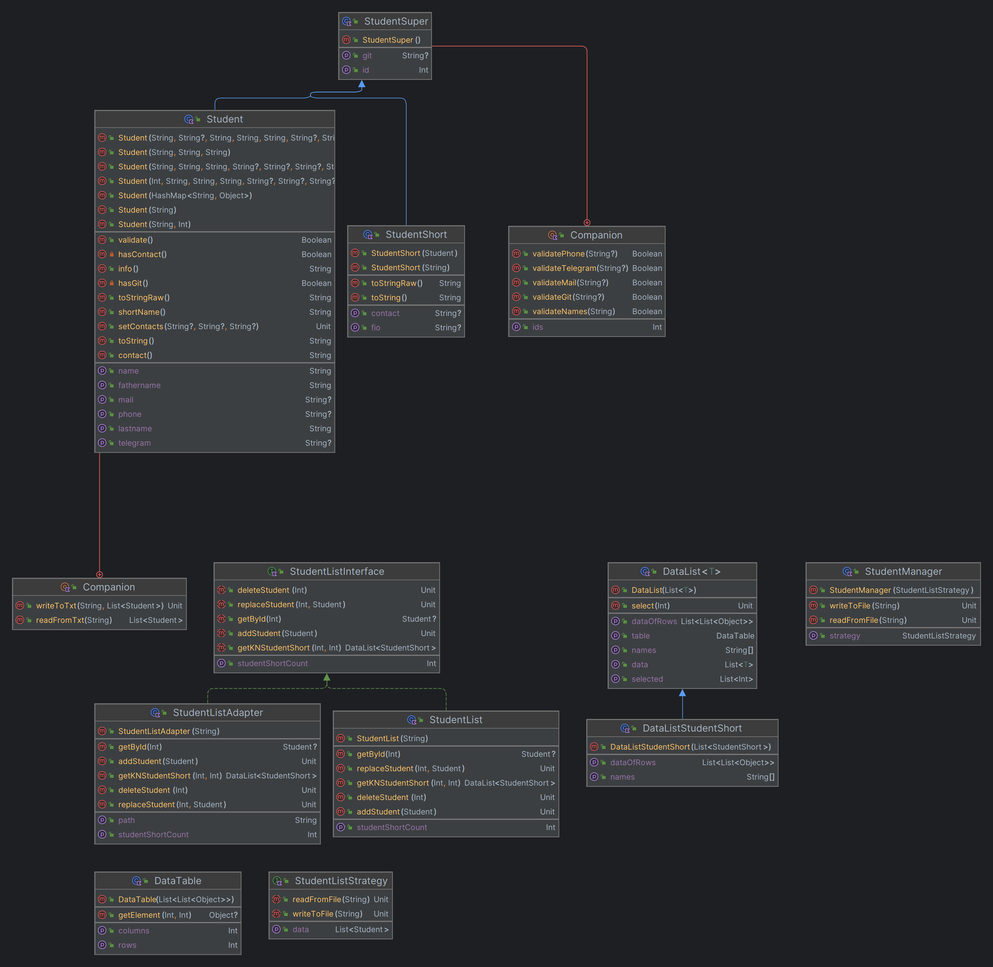
This is Lab_1/src/main/kotlin/Classes.png from MR14Titan14/Patterns, a PlantUML export, as it was before one commit. Its source is kept beside it as Lab_1/src/main/kotlin/Classes.plantuml.
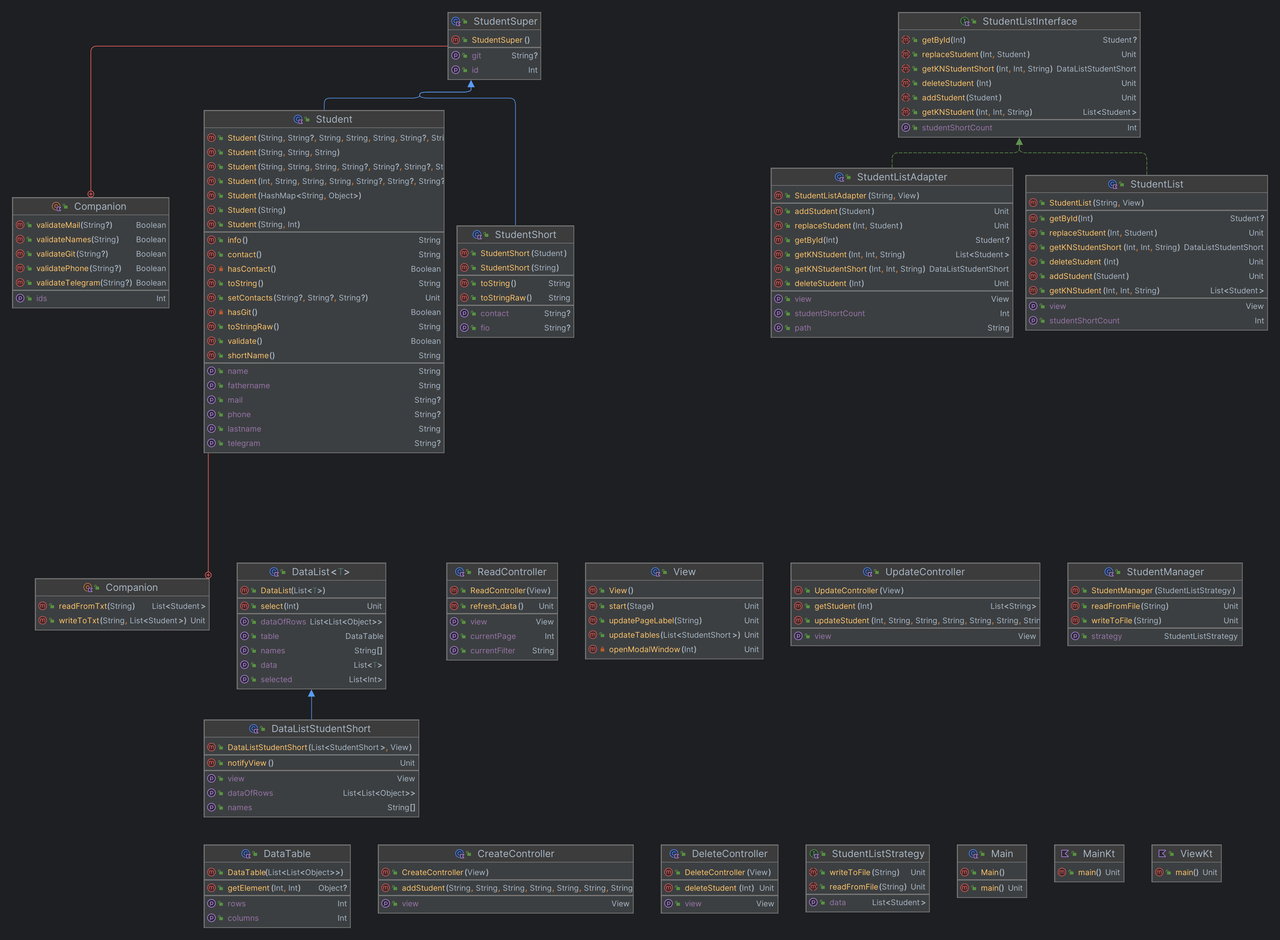
Above is the later version.

Change to the diagram source:
```diff
@@ -5,16 +5,21 @@
 skinparam linetype ortho
 
 class Companion {
+  + readFromTxt(String): List<Student>
+  + writeToTxt(String, List<Student>): Unit
+}
+class Companion {
+  + validateMail(String?): Boolean
+  + validateNames(String): Boolean
+  + validateGit(String?): Boolean
   + validatePhone(String?): Boolean
   + validateTelegram(String?): Boolean
-  + validateMail(String?): Boolean
-  + validateGit(String?): Boolean
-  + validateNames(String): Boolean
    ids: Int
 }
-class Companion {
-  + writeToTxt(String, List<Student>): Unit
-  + readFromTxt(String): List<Student>
+class CreateController {
+  + CreateController(View):
+  + addStudent(String, String, String, String, String, String, String): Unit
+   view: View
 }
 class DataList<T> {
   + DataList(List<T>):
@@ -26,15 +31,36 @@
    selected: List<Int>
 }
 class DataListStudentShort {
-  + DataListStudentShort(List<StudentShort>):
+  + DataListStudentShort(List<StudentShort>, View):
+  + notifyView(): Unit
+   view: View
    dataOfRows: List<List<Object>>
    names: String[]
 }
 class DataTable {
   + DataTable(List<List<Object>>):
   + getElement(Int, Int): Object?
+   rows: Int
    columns: Int
-   rows: Int
+}
+class DeleteController {
+  + DeleteController(View):
+  + deleteStudent(Int): Unit
+   view: View
+}
+class Main {
+  + Main():
+  + main(): Unit
+}
+class MainKt {
+  + main(): Unit
+}
+class ReadController {
+  + ReadController(View):
+  + refresh_data(): Unit
+   view: View
+   currentPage: Int
+   currentFilter: String
 }
 class Student {
   + Student(String, String?, String, String, String, String?, String?, String?):
@@ -44,15 +70,15 @@
   + Student(HashMap<String, Object>):
   + Student(String):
   + Student(String, Int):
-  + validate(): Boolean
+  + info(): String
+  + contact(): String
   - hasContact(): Boolean
-  + info(): String
+  + toString(): String
+  + setContacts(String?, String?, String?): Unit
   - hasGit(): Boolean
   + toStringRaw(): String
+  + validate(): Boolean
   + shortName(): String
-  + setContacts(String?, String?, String?): Unit
-  + toString(): String
-  + contact(): String
    name: String
    fathername: String
    mail: String?
@@ -61,48 +87,53 @@
    telegram: String?
 }
 class StudentList {
-  + StudentList(String):
+  + StudentList(String, View):
   + getById(Int): Student?
   + replaceStudent(Int, Student): Unit
-  + getKNStudentShort(Int, Int): DataList<StudentShort>
+  + getKNStudentShort(Int, Int, String): DataListStudentShort
   + deleteStudent(Int): Unit
   + addStudent(Student): Unit
+  + getKNStudent(Int, Int, String): List<Student>
+   view: View
    studentShortCount: Int
 }
 class StudentListAdapter {
-  + StudentListAdapter(String):
+  + StudentListAdapter(String, View):
+  + addStudent(Student): Unit
+  + replaceStudent(Int, Student): Unit
   + getById(Int): Student?
-  + addStudent(Student): Unit
-  + getKNStudentShort(Int, Int): DataList<StudentShort>
+  + getKNStudent(Int, Int, String): List<Student>
+  + getKNStudentShort(Int, Int, String): DataListStudentShort
   + deleteStudent(Int): Unit
-  + replaceStudent(Int, Student): Unit
+   view: View
+   studentShortCount: Int
    path: String
-   studentShortCount: Int
 }
 interface StudentListInterface << interface >> {
+  + getById(Int): Student?
+  + replaceStudent(Int, Student): Unit
+  + getKNStudentShort(Int, Int, String): DataListStudentShort
   + deleteStudent(Int): Unit
-  + replaceStudent(Int, Student): Unit
-  + getById(Int): Student?
   + addStudent(Student): Unit
-  + getKNStudentShort(Int, Int): DataList<StudentShort>
+  + getKNStudent(Int, Int, String): List<Student>
    studentShortCount: Int
 }
 interface StudentListStrategy << interface >> {
+  + writeToFile(String): Unit
   + readFromFile(String): Unit
-  + writeToFile(String): Unit
    data: List<Student>
 }
 class StudentManager {
   + StudentManager(StudentListStrategy):
+  + readFromFile(String): Unit
   + writeToFile(String): Unit
-  + readFromFile(String): Unit
    strategy: StudentListStrategy
 }
 class StudentShort {
   + StudentShort(Student):
   + StudentShort(String):
+  + toString(): String
   + toStringRaw(): String
-  + toString(): String
    contact: String?
    fio: String?
 }
@@ -110,6 +141,22 @@
   + StudentSuper():
    git: String?
    id: Int
+}
+class UpdateController {
+  + UpdateController(View):
+  + getStudent(Int): List<String>
+  + updateStudent(Int, String, String, String, String, String, String, String): Unit
+   view: View
+}
+class View {
+  + View():
+  + start(Stage): Unit
+  + updatePageLabel(String): Unit
+  + updateTables(List<StudentShort>): Unit
+  - openModalWindow(Int): Unit
+}
+class ViewKt {
+  + main(): Unit
 }
 
 Companion             +-[#820000,plain]-  Student
```
